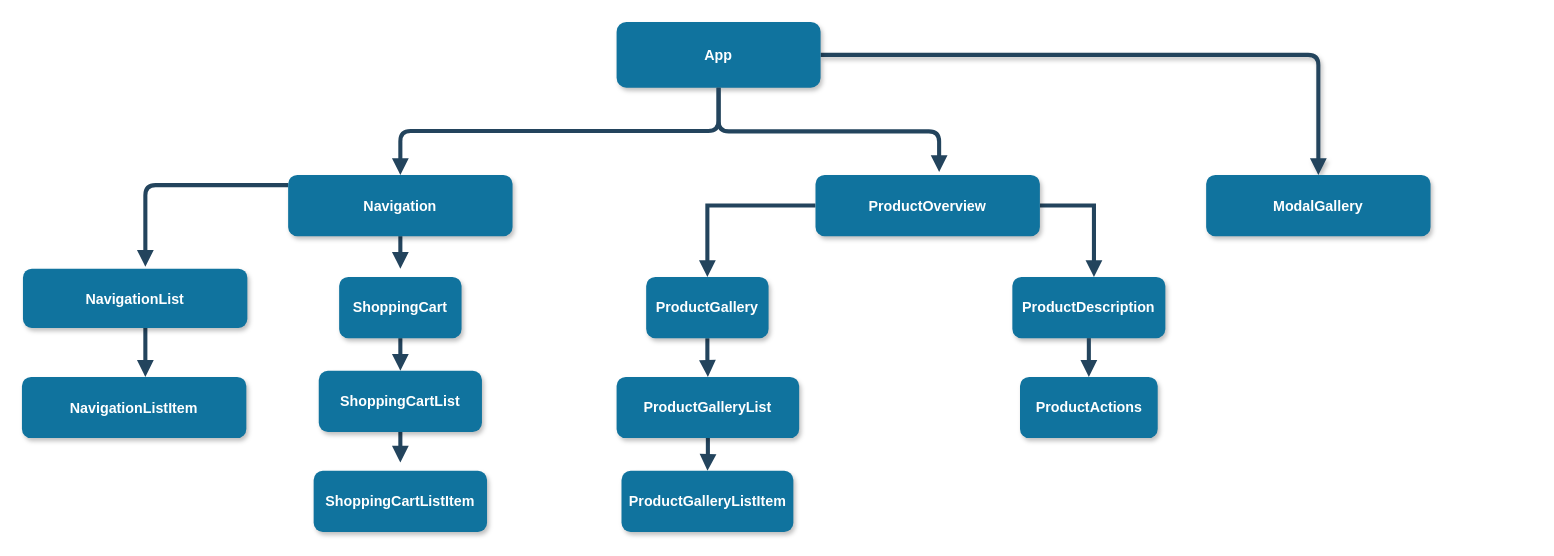
Above: Product-Page.drawio in kebin20/ecommerce-product-page (draw.io), before the change. Source tidied: cells renumbered, new cells numbered last; positions are measured from the earlier drawing's top-left corner, leaving out a move shared by most shapes. Both pictures are drawn from the tidied source at 102%, with x=0, y=0 at pixel (21, 21).
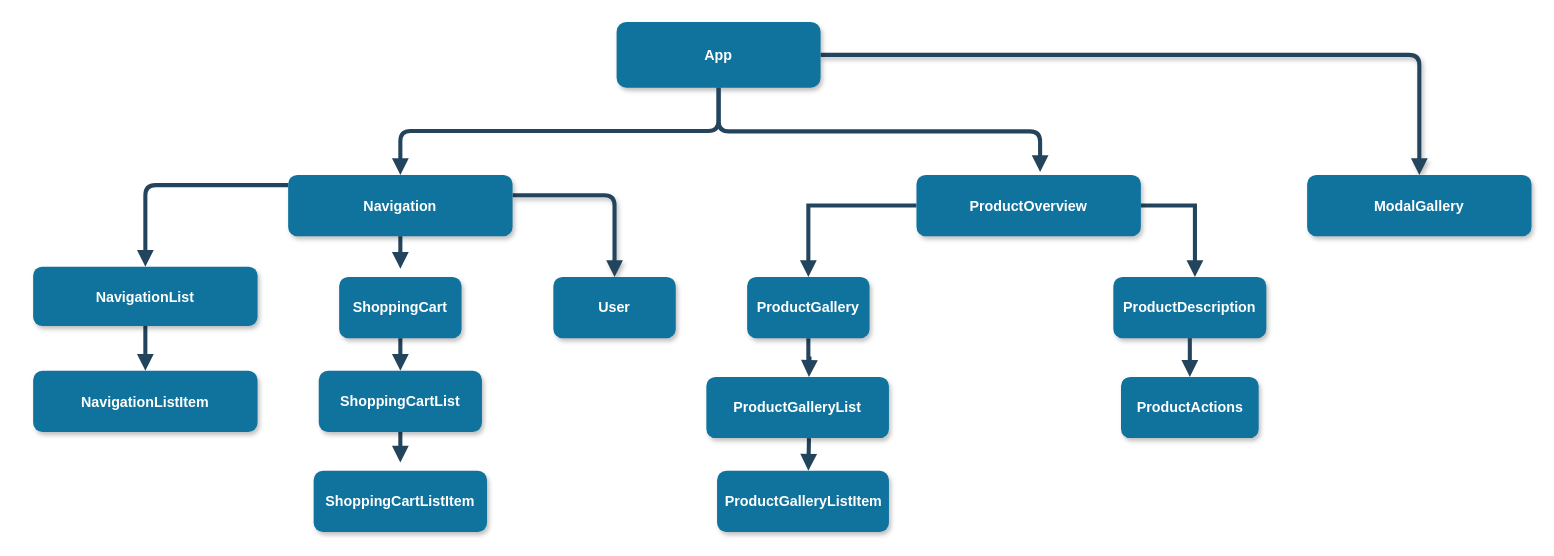
After the change.

The change refers to these unchanged cells:
```xml
<mxCell id="6" value="Navigation" style="rounded=1;fillColor=#10739E;strokeColor=none;shadow=1;gradientColor=none;fontStyle=1;fontColor=#FFFFFF;fontSize=14;" parent="1" vertex="1">
  <mxGeometry x="261" y="150" width="220" height="60" as="geometry" />
</mxCell>
```

Diff of the diagram source:
```diff
@@
+    <mxCell id="29" style="edgeStyle=elbowEdgeStyle;rounded=1;hachureGap=4;jettySize=auto;html=1;fontFamily=Architects Daughter;fontSize=16;strokeColor=#23445D;strokeWidth=4;endArrow=block;endFill=1;shadow=1;entryX=0.5;entryY=0;entryDx=0;entryDy=0;" parent="1" edge="1" source="6" target="30">
+      <mxGeometry relative="1" as="geometry">
+        <Array as="points">
+          <mxPoint x="581" y="170" />
+        </Array>
+      </mxGeometry>
+    </mxCell>
@@
     <mxCell id="10" style="edgeStyle=orthogonalEdgeStyle;rounded=0;jettySize=auto;html=1;endArrow=block;endFill=1;strokeColor=#23445D;strokeWidth=4;" parent="1" edge="1" source="11">
       <mxGeometry relative="1" as="geometry">
-        <mxPoint x="1051" y="250" as="targetPoint" />
+        <mxPoint x="1150" y="250" as="targetPoint" />
         <Array as="points">
-          <mxPoint x="1051" y="180" />
+          <mxPoint x="1150" y="180" />
         </Array>
       </mxGeometry>
     </mxCell>
     <mxCell id="11" value="ProductOverview" style="rounded=1;fillColor=#10739E;strokeColor=none;shadow=1;gradientColor=none;fontStyle=1;fontColor=#FFFFFF;fontSize=14;" parent="1" vertex="1">
-      <mxGeometry x="778" y="150" width="220" height="60" as="geometry" />
+      <mxGeometry x="877" y="150" width="220" height="60" as="geometry" />
     </mxCell>
@@
     <mxCell id="13" value="NavigationList" style="rounded=1;fillColor=#10739E;strokeColor=none;shadow=1;gradientColor=none;fontStyle=1;fontColor=#FFFFFF;fontSize=14;" parent="1" vertex="1">
-      <mxGeometry x="1" y="242" width="220" height="58" as="geometry" />
+      <mxGeometry x="11" y="240" width="220" height="58" as="geometry" />
     </mxCell>
     <mxCell id="14" value="NavigationListItem" style="rounded=1;fillColor=#10739E;strokeColor=none;shadow=1;gradientColor=none;fontStyle=1;fontColor=#FFFFFF;fontSize=14;" parent="1" vertex="1">
-      <mxGeometry y="348" width="220" height="60" as="geometry" />
+      <mxGeometry x="11" y="342" width="220" height="60" as="geometry" />
     </mxCell>
@@
-    <mxCell id="20" style="edgeStyle=orthogonalEdgeStyle;rounded=0;jettySize=auto;html=1;endArrow=block;endFill=1;strokeColor=#23445D;strokeWidth=4;" parent="1" edge="1" source="21" target="23">
-      <mxGeometry relative="1" as="geometry" />
+    <mxCell id="20" style="edgeStyle=orthogonalEdgeStyle;rounded=0;jettySize=auto;html=1;endArrow=block;endFill=1;strokeColor=#23445D;strokeWidth=4;" parent="1" edge="1" source="21">
+      <mxGeometry relative="1" as="geometry">
+        <mxPoint x="771.6" y="348" as="targetPoint" />
+      </mxGeometry>
     </mxCell>
     <mxCell id="21" value="ProductGallery" style="whiteSpace=wrap;html=1;fontSize=14;fillColor=#10739E;strokeColor=none;fontColor=#FFFFFF;rounded=1;shadow=1;gradientColor=none;fontStyle=1;" parent="1" vertex="1">
-      <mxGeometry x="612" y="250" width="120" height="60" as="geometry" />
+      <mxGeometry x="711" y="250" width="120" height="60" as="geometry" />
     </mxCell>
-    <mxCell id="22" style="edgeStyle=orthogonalEdgeStyle;rounded=0;jettySize=auto;html=1;endArrow=block;endFill=1;strokeColor=#23445D;strokeWidth=4;" parent="1" edge="1" source="23" target="24">
-      <mxGeometry relative="1" as="geometry" />
+    <mxCell id="22" style="edgeStyle=orthogonalEdgeStyle;rounded=0;orthogonalLoop=1;jettySize=auto;html=1;endArrow=block;endFill=1;strokeColor=#23445D;strokeWidth=4;" parent="1" edge="1">
+      <mxGeometry relative="1" as="geometry">
+        <mxPoint x="771.6" y="408" as="sourcePoint" />
+        <mxPoint x="771" y="440" as="targetPoint" />
+      </mxGeometry>
     </mxCell>
     <mxCell id="23" value="ProductGalleryList" style="whiteSpace=wrap;html=1;fontSize=14;fillColor=#10739E;strokeColor=none;fontColor=#FFFFFF;rounded=1;shadow=1;gradientColor=none;fontStyle=1;" parent="1" vertex="1">
-      <mxGeometry x="583" y="348" width="179" height="60" as="geometry" />
+      <mxGeometry x="671" y="348" width="179" height="60" as="geometry" />
     </mxCell>
     <mxCell id="24" value="ProductGalleryListItem" style="whiteSpace=wrap;html=1;fontSize=14;fillColor=#10739E;strokeColor=none;fontColor=#FFFFFF;rounded=1;shadow=1;gradientColor=none;fontStyle=1;" parent="1" vertex="1">
-      <mxGeometry x="587.8" y="440" width="168.5" height="60" as="geometry" />
+      <mxGeometry x="681.5" y="440" width="168.5" height="60" as="geometry" />
     </mxCell>
     <mxCell id="25" value="ProductActions" style="whiteSpace=wrap;html=1;fontSize=14;fillColor=#10739E;strokeColor=none;fontColor=#FFFFFF;rounded=1;shadow=1;gradientColor=none;fontStyle=1;" parent="1" vertex="1">
-      <mxGeometry x="978.5" y="348" width="135" height="60" as="geometry" />
+      <mxGeometry x="1077.5" y="348" width="135" height="60" as="geometry" />
     </mxCell>
     <mxCell id="26" value="ProductDescription" style="whiteSpace=wrap;html=1;fontSize=14;fillColor=#10739E;strokeColor=none;fontColor=#FFFFFF;rounded=1;shadow=1;gradientColor=none;fontStyle=1;" parent="1" vertex="1">
-      <mxGeometry x="971" y="250" width="150" height="60" as="geometry" />
+      <mxGeometry x="1070" y="250" width="150" height="60" as="geometry" />
     </mxCell>
@@
     <mxCell id="28" value="ModalGallery" style="rounded=1;fillColor=#10739E;strokeColor=none;shadow=1;gradientColor=none;fontStyle=1;fontColor=#FFFFFF;fontSize=14;" parent="1" vertex="1">
-      <mxGeometry x="1161" y="150" width="220" height="60" as="geometry" />
+      <mxGeometry x="1260" y="150" width="220" height="60" as="geometry" />
     </mxCell>
+    <mxCell id="30" value="User" style="whiteSpace=wrap;html=1;fontSize=14;fillColor=#10739E;strokeColor=none;fontColor=#FFFFFF;rounded=1;shadow=1;gradientColor=none;fontStyle=1;" parent="1" vertex="1">
+      <mxGeometry x="521" y="250" width="120" height="60" as="geometry" />
+    </mxCell>
```
